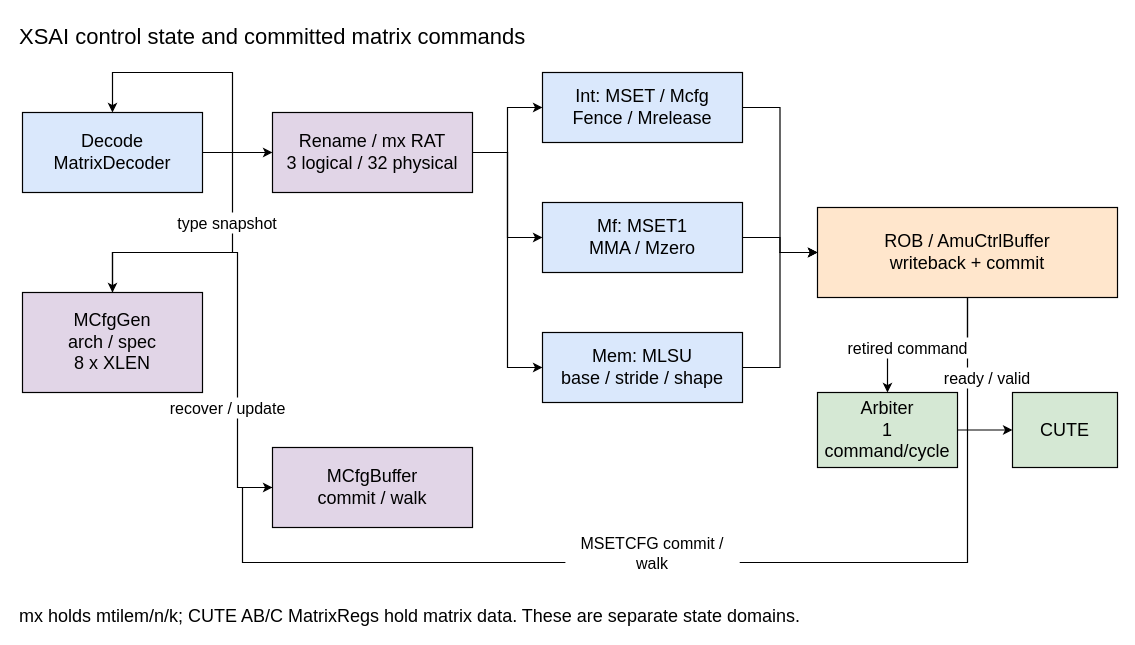
The draw.io diagram docs/zh/backend/CtrlBlock/figure/xsai-control.drawio in OpenXiangShan/XiangShan-Design-Doc, before the edit. Source tidied: cells renumbered, new cells numbered last; positions are measured from the earlier drawing's top-left corner, leaving out a move shared by most shapes. Both pictures are drawn from the tidied source at 100%, with x=0, y=0 at pixel (17, 17).
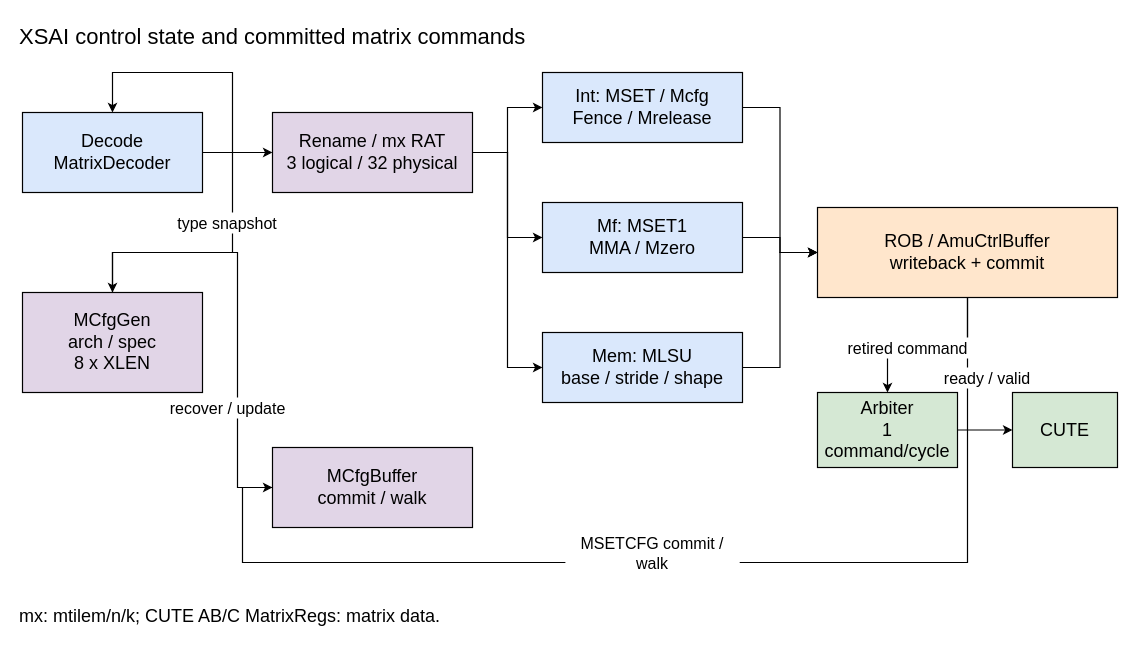
Above is the later version.

Change to the diagram source:
```diff
@@
-    <mxCell id="25" value="mx holds mtilem/n/k; CUTE AB/C MatrixRegs hold matrix data. These are separate state domains." style="text;html=1;align=left;verticalAlign=top;whiteSpace=wrap;fontFamily=Helvetica;fontSize=18;" parent="1" vertex="1">
+    <mxCell id="25" value="mx: mtilem/n/k; CUTE AB/C MatrixRegs: matrix data." style="text;html=1;align=left;verticalAlign=top;whiteSpace=wrap;fontFamily=Helvetica;fontSize=18;" parent="1" vertex="1">
       <mxGeometry y="582" width="945.4" height="24" as="geometry" />
     </mxCell>
```
